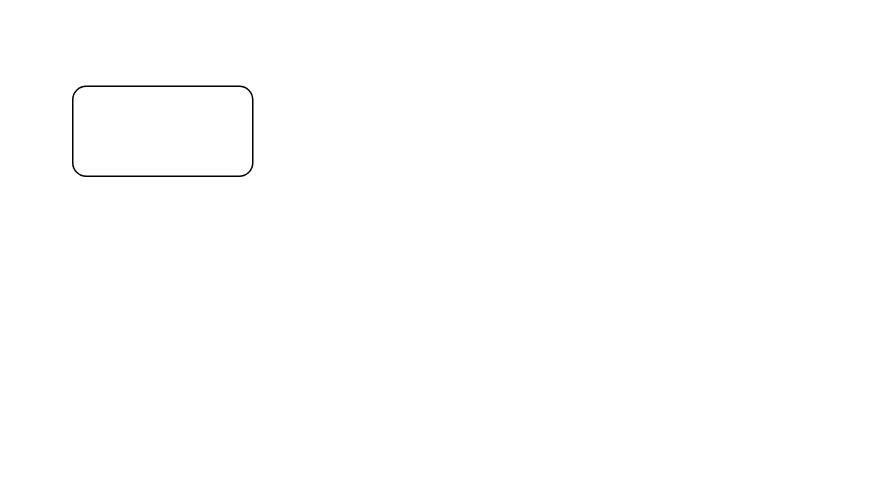
Before: Untitled Diagram.drawio in qingchunwuhui/Test, a draw.io diagram. Source tidied: cells renumbered, new cells numbered last; positions are measured from the earlier drawing's top-left corner, leaving out a move shared by most shapes. Both pictures are drawn from the tidied source at 150%, with x=0, y=0 at pixel (72, 86).
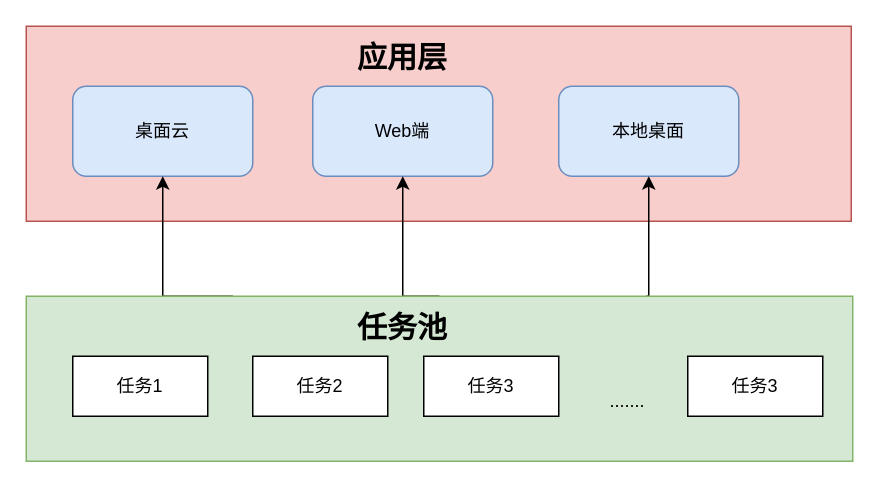
After the change.

What changed in the source:
```diff
@@
+    <mxCell id="3" style="rounded=0;whiteSpace=wrap;html=1;fontSize=20;fillColor=#f8cecc;strokeColor=#b85450;" parent="1" vertex="1">
+      <mxGeometry x="-31" y="-40" width="550" height="130" as="geometry" />
+    </mxCell>
-    <mxCell id="2" style="rounded=1;whiteSpace=wrap;html=1;" parent="1" vertex="1">
+    <mxCell id="2" value="桌面云" style="rounded=1;whiteSpace=wrap;html=1;fillColor=#dae8fc;strokeColor=#6c8ebf;" parent="1" vertex="1">
       <mxGeometry width="120" height="60" as="geometry" />
     </mxCell>
+    <mxCell id="4" value="Web端" style="rounded=1;whiteSpace=wrap;html=1;fillColor=#dae8fc;strokeColor=#6c8ebf;" parent="1" vertex="1">
+      <mxGeometry x="160" width="120" height="60" as="geometry" />
+    </mxCell>
+    <mxCell id="5" value="本地桌面" style="rounded=1;whiteSpace=wrap;html=1;fillColor=#dae8fc;strokeColor=#6c8ebf;" parent="1" vertex="1">
+      <mxGeometry x="324" width="120" height="60" as="geometry" />
+    </mxCell>
+    <mxCell id="6" style="edgeStyle=orthogonalEdgeStyle;rounded=0;jettySize=auto;html=1;exitX=0.25;exitY=0;exitDx=0;exitDy=0;entryX=0.5;entryY=1;entryDx=0;entryDy=0;fontSize=20;" parent="1" edge="1" source="9" target="2">
+      <mxGeometry relative="1" as="geometry">
+        <Array as="points">
+          <mxPoint x="60" y="140" />
+        </Array>
+      </mxGeometry>
+    </mxCell>
+    <mxCell id="7" style="edgeStyle=orthogonalEdgeStyle;rounded=0;jettySize=auto;html=1;exitX=0.5;exitY=0;exitDx=0;exitDy=0;fontSize=20;" parent="1" edge="1" source="9" target="4">
+      <mxGeometry relative="1" as="geometry">
+        <Array as="points">
+          <mxPoint x="220" y="140" />
+        </Array>
+      </mxGeometry>
+    </mxCell>
+    <mxCell id="8" style="edgeStyle=orthogonalEdgeStyle;rounded=0;jettySize=auto;html=1;exitX=0.75;exitY=0;exitDx=0;exitDy=0;entryX=0.5;entryY=1;entryDx=0;entryDy=0;fontSize=20;" parent="1" edge="1" source="9" target="5">
+      <mxGeometry relative="1" as="geometry">
+        <Array as="points">
+          <mxPoint x="384" y="140" />
+        </Array>
+      </mxGeometry>
+    </mxCell>
+    <mxCell id="9" style="rounded=0;whiteSpace=wrap;html=1;fillColor=#d5e8d4;strokeColor=#82b366;" parent="1" vertex="1">
+      <mxGeometry x="-31" y="140" width="551" height="110" as="geometry" />
+    </mxCell>
+    <mxCell id="10" value="任务1" style="rounded=0;whiteSpace=wrap;html=1;" parent="1" vertex="1">
+      <mxGeometry y="180" width="90" height="40" as="geometry" />
+    </mxCell>
+    <mxCell id="11" value="任务2" style="rounded=0;whiteSpace=wrap;html=1;" parent="1" vertex="1">
+      <mxGeometry x="120" y="180" width="90" height="40" as="geometry" />
+    </mxCell>
+    <mxCell id="12" value="任务3" style="rounded=0;whiteSpace=wrap;html=1;" parent="1" vertex="1">
+      <mxGeometry x="234" y="180" width="90" height="40" as="geometry" />
+    </mxCell>
+    <mxCell id="13" value="任务3" style="rounded=0;whiteSpace=wrap;html=1;" parent="1" vertex="1">
+      <mxGeometry x="410" y="180" width="90" height="40" as="geometry" />
+    </mxCell>
+    <mxCell id="14" value="......." style="text;html=1;strokeColor=none;fillColor=none;align=center;verticalAlign=middle;whiteSpace=wrap;rounded=0;" parent="1" vertex="1">
+      <mxGeometry x="350" y="200" width="40" height="20" as="geometry" />
+    </mxCell>
+    <mxCell id="15" value="任务池" style="text;html=1;strokeColor=none;fillColor=none;align=center;verticalAlign=middle;whiteSpace=wrap;rounded=0;fontSize=20;fontStyle=1;" parent="1" vertex="1">
+      <mxGeometry x="185" y="150" width="70" height="20" as="geometry" />
+    </mxCell>
+    <mxCell id="16" value="应用层" style="text;html=1;strokeColor=none;fillColor=none;align=center;verticalAlign=middle;whiteSpace=wrap;rounded=0;fontSize=20;fontStyle=1;" parent="1" vertex="1">
+      <mxGeometry x="185" y="-30" width="70" height="20" as="geometry" />
+    </mxCell>
+    <mxCell id="17" style="edgeStyle=orthogonalEdgeStyle;rounded=0;orthogonalLoop=1;jettySize=auto;html=1;exitX=0.5;exitY=1;exitDx=0;exitDy=0;fontSize=20;" parent="1" edge="1" source="16" target="16">
+      <mxGeometry relative="1" as="geometry" />
+    </mxCell>
```
